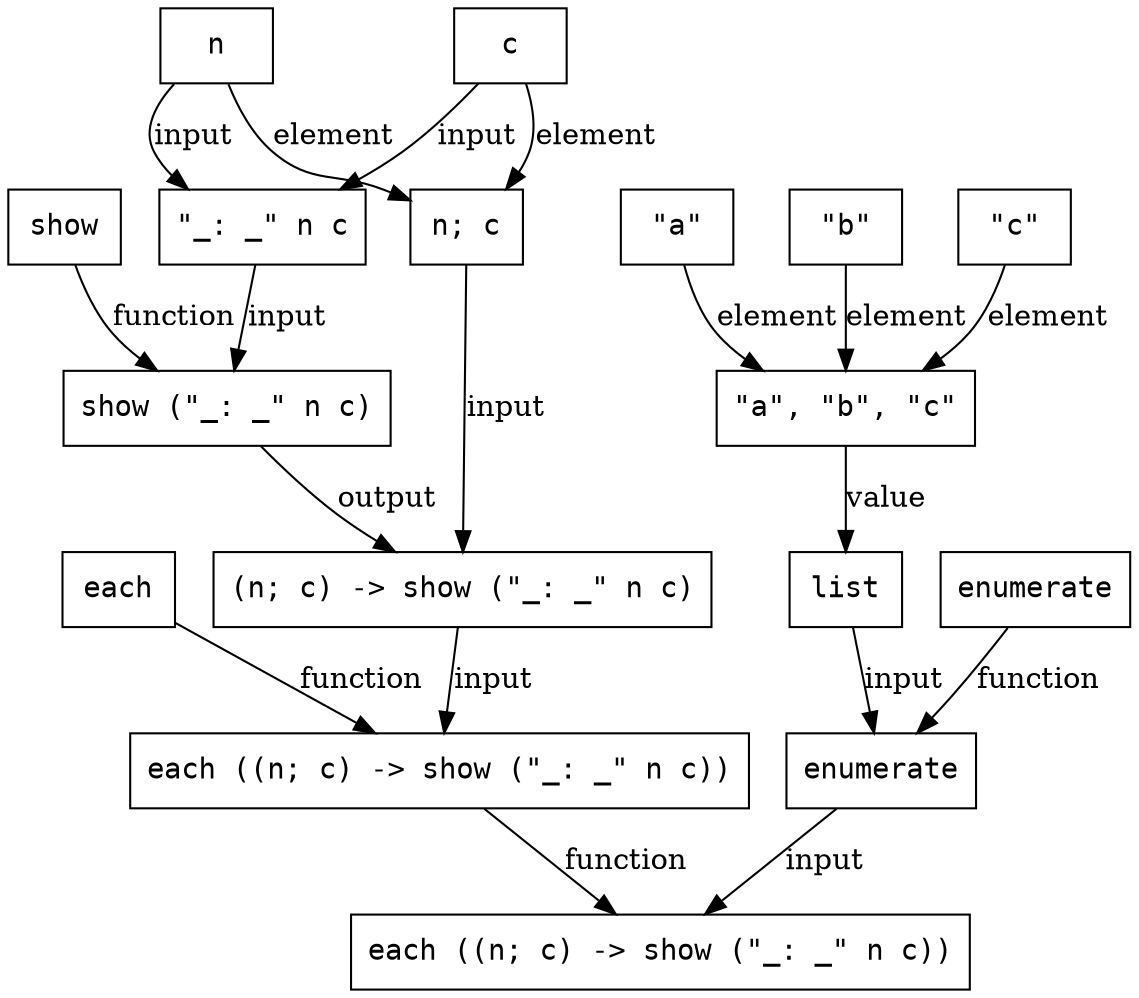
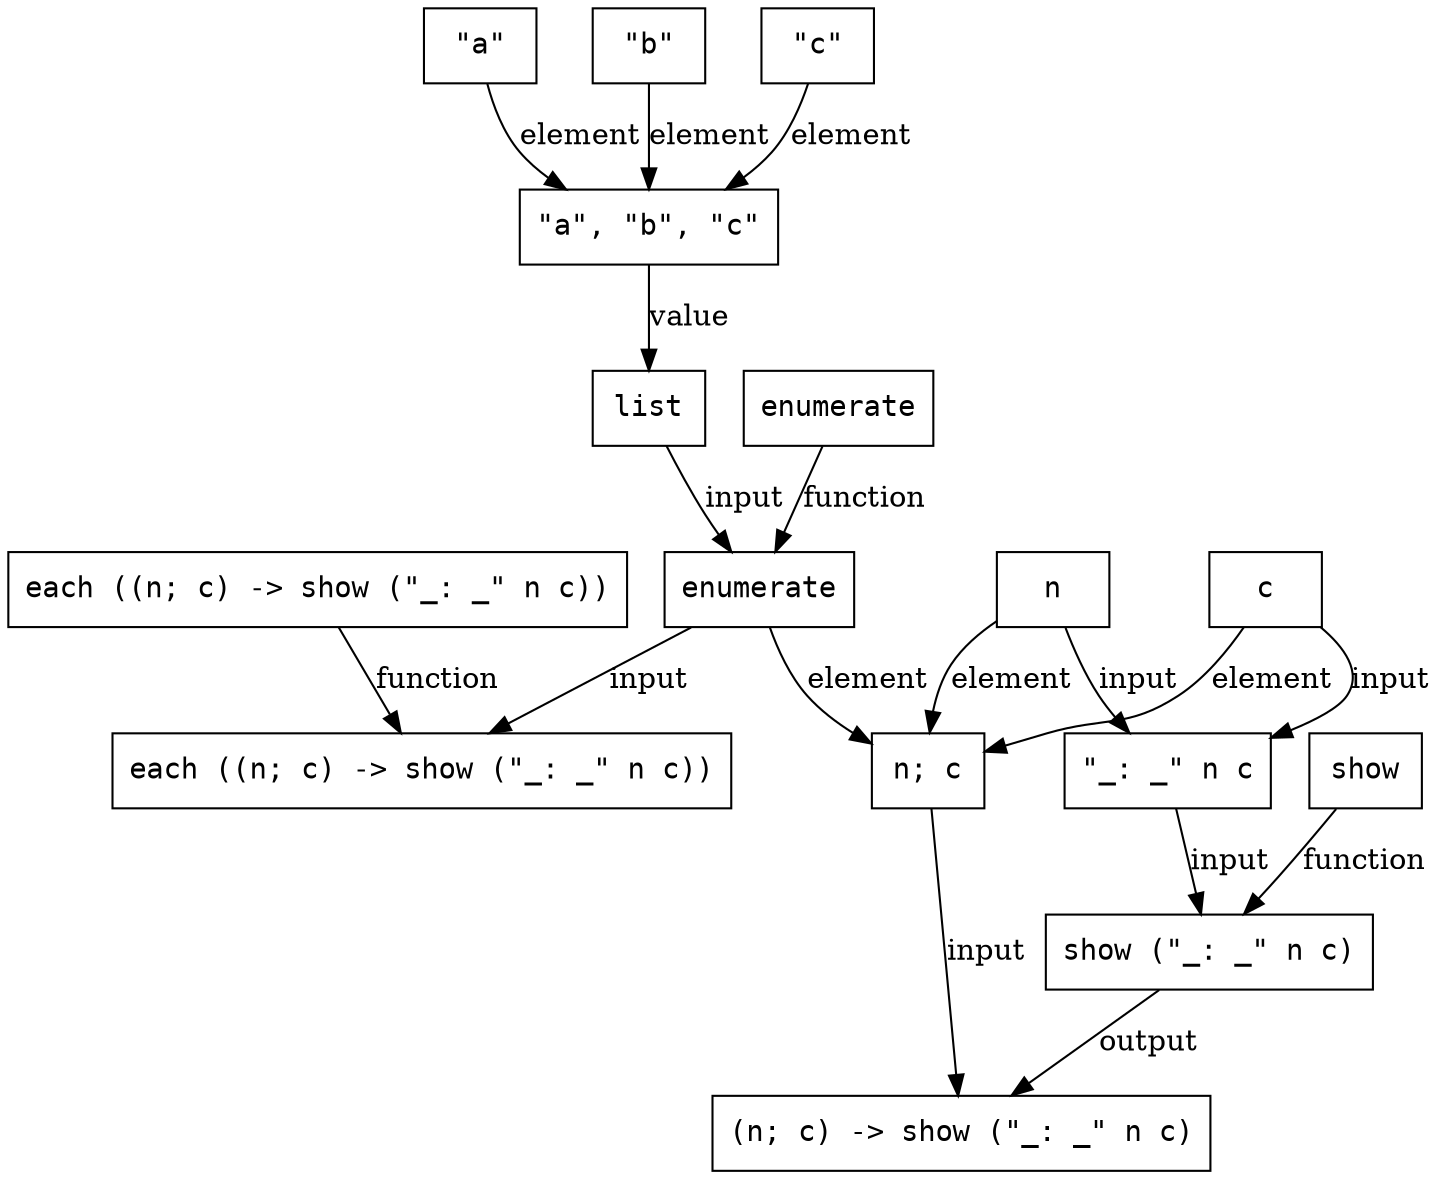
digraph G {
  node [shape=box, fontname=monospace]
  node_2_4 [label="\"a\", \"b\", \"c\""]
  node_2_6 [label="\"a\""]
  node_2_7 [label="\"b\""]
  node_2_8 [label="\"c\""]
  node_2_19 [label="list"]
  node_2_21 [label="each ((n; c) -> show (\"_: _\" n c))"]
  node_2_23 [label="each ((n; c) -> show (\"_: _\" n c))"]
-   node_2_24 [label="each"]
  node_2_25 [label="(n; c) -> show (\"_: _\" n c)"]
  node_2_26 [label="n; c"]
  node_2_28 [label="n"]
  node_2_30 [label="c"]
  node_2_31 [label="show (\"_: _\" n c)"]
  node_2_32 [label="show"]
  node_2_33 [label="\"_: _\" n c"]
  node_2_48 [label="enumerate"]
  node_2_50 [label="enumerate"]
  node_2_4 -> node_2_19 [label="value"]
  node_2_6 -> node_2_4 [label="element"]
  node_2_7 -> node_2_4 [label="element"]
  node_2_8 -> node_2_4 [label="element"]
  node_2_19 -> node_2_48 [label="input"]
  node_2_23 -> node_2_21 [label="function"]
-   node_2_24 -> node_2_23 [label="function"]
-   node_2_25 -> node_2_23 [label="input"]
  node_2_26 -> node_2_25 [label="input"]
  node_2_28 -> node_2_26 [label="element"]
  node_2_28 -> node_2_33 [label="input"]
  node_2_30 -> node_2_26 [label="element"]
  node_2_30 -> node_2_33 [label="input"]
  node_2_31 -> node_2_25 [label="output"]
  node_2_32 -> node_2_31 [label="function"]
  node_2_33 -> node_2_31 [label="input"]
  node_2_48 -> node_2_21 [label="input"]
+   node_2_48 -> node_2_26 [label="element"]
  node_2_50 -> node_2_48 [label="function"]
}
